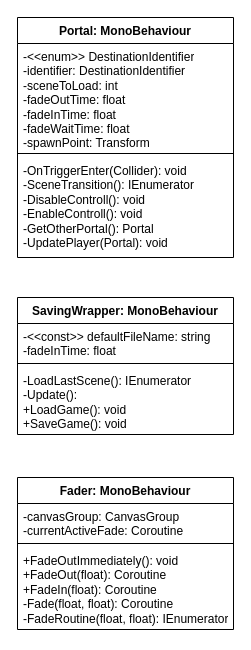
KTFox/FoxAdventure keeps this draw.io diagram as page "SceneManagement" (3 of 11) of GreenAcademyProject.drawio. Above is the earlier version. Source tidied: cells renumbered, new cells numbered last; positions are measured from the earlier drawing's top-left corner, leaving out a move shared by most shapes. Both pictures are drawn from the tidied source at 100%, with x=0, y=0 at pixel (17, 17).
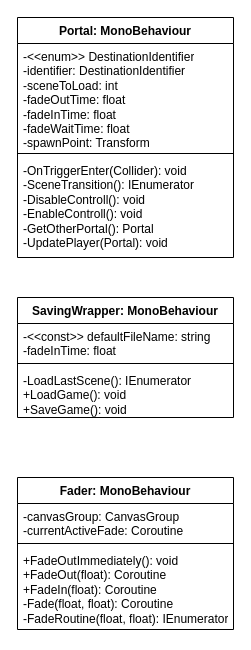
After the change.

Commit message (it also covers changes not shown here):
Remove save/load scene key input

Diff of the diagram source:
```diff
@@
 <mxGraphModel>
   <root>
     <mxCell id="0" />
     <mxCell id="1" parent="0" />
     <mxCell id="2" value="Fader: MonoBehaviour" style="swimlane;fontStyle=1;align=center;verticalAlign=top;horizontal=1;startSize=26;whiteSpace=wrap;html=1;" parent="1" vertex="1">
       <mxGeometry y="460" width="216" height="152" as="geometry" />
     </mxCell>
     <mxCell id="3" value="-canvasGroup: CanvasGroup&lt;br&gt;-currentActiveFade: Coroutine" style="text;strokeColor=none;fillColor=none;align=left;verticalAlign=top;spacingLeft=4;spacingRight=4;overflow=hidden;whiteSpace=wrap;html=1;" parent="2" vertex="1">
       <mxGeometry y="26" width="216" height="36" as="geometry" />
     </mxCell>
     <mxCell id="4" style="line;strokeWidth=1;fillColor=none;align=left;verticalAlign=middle;spacingTop=-1;spacingLeft=3;spacingRight=3;labelPosition=right;strokeColor=inherit;" parent="2" vertex="1">
       <mxGeometry y="62" width="216" height="8" as="geometry" />
     </mxCell>
     <mxCell id="5" value="+FadeOutImmediately(): void&lt;br&gt;+FadeOut(float): Coroutine&lt;br&gt;+FadeIn(float): Coroutine&lt;br&gt;-Fade(float, float): Coroutine&lt;br&gt;-FadeRoutine(float, float): IEnumerator" style="text;strokeColor=none;fillColor=none;align=left;verticalAlign=top;spacingLeft=4;spacingRight=4;overflow=hidden;whiteSpace=wrap;html=1;" parent="2" vertex="1">
       <mxGeometry y="70" width="216" height="82" as="geometry" />
     </mxCell>
     <mxCell id="6" value="Portal: MonoBehaviour" style="swimlane;fontStyle=1;align=center;verticalAlign=top;horizontal=1;startSize=26;whiteSpace=wrap;html=1;" parent="1" vertex="1">
       <mxGeometry width="216" height="240" as="geometry" />
     </mxCell>
     <mxCell id="7" value="-&amp;lt;&amp;lt;enum&amp;gt;&amp;gt; DestinationIdentifier&lt;br&gt;-identifier: DestinationIdentifier&lt;br&gt;-sceneToLoad: int&lt;br&gt;-fadeOutTime: float&lt;br&gt;-fadeInTime: float&lt;br&gt;-fadeWaitTime: float&lt;br&gt;-spawnPoint: Transform&lt;br&gt;" style="text;strokeColor=none;fillColor=none;align=left;verticalAlign=top;spacingLeft=4;spacingRight=4;overflow=hidden;whiteSpace=wrap;html=1;" parent="6" vertex="1">
       <mxGeometry y="26" width="216" height="106" as="geometry" />
     </mxCell>
     <mxCell id="8" style="line;strokeWidth=1;fillColor=none;align=left;verticalAlign=middle;spacingTop=-1;spacingLeft=3;spacingRight=3;labelPosition=right;strokeColor=inherit;" parent="6" vertex="1">
       <mxGeometry y="132" width="216" height="8" as="geometry" />
     </mxCell>
     <mxCell id="9" value="-OnTriggerEnter(Collider): void&lt;br&gt;-SceneTransition(): IEnumerator&lt;br&gt;-DisableControll(): void&lt;br&gt;-EnableControll(): void&lt;br&gt;-GetOtherPortal(): Portal&lt;br&gt;-UpdatePlayer(Portal): void" style="text;strokeColor=none;fillColor=none;align=left;verticalAlign=top;spacingLeft=4;spacingRight=4;overflow=hidden;whiteSpace=wrap;html=1;" parent="6" vertex="1">
       <mxGeometry y="140" width="216" height="100" as="geometry" />
     </mxCell>
     <mxCell id="10" value="SavingWrapper: MonoBehaviour" style="swimlane;fontStyle=1;align=center;verticalAlign=top;horizontal=1;startSize=26;whiteSpace=wrap;html=1;" parent="1" vertex="1">
-      <mxGeometry y="280" width="216" height="137" as="geometry" />
+      <mxGeometry y="280" width="216" height="120" as="geometry" />
     </mxCell>
     <mxCell id="11" value="-&amp;lt;&amp;lt;const&amp;gt;&amp;gt; defaultFileName: string&lt;br&gt;-fadeInTime: float" style="text;strokeColor=none;fillColor=none;align=left;verticalAlign=top;spacingLeft=4;spacingRight=4;overflow=hidden;whiteSpace=wrap;html=1;" parent="10" vertex="1">
       <mxGeometry y="26" width="216" height="36" as="geometry" />
     </mxCell>
     <mxCell id="12" style="line;strokeWidth=1;fillColor=none;align=left;verticalAlign=middle;spacingTop=-1;spacingLeft=3;spacingRight=3;labelPosition=right;strokeColor=inherit;" parent="10" vertex="1">
       <mxGeometry y="62" width="216" height="8" as="geometry" />
     </mxCell>
-    <mxCell id="13" value="-LoadLastScene(): IEnumerator&lt;br&gt;-Update():&lt;br&gt;+LoadGame(): void&lt;br&gt;+SaveGame(): void" style="text;strokeColor=none;fillColor=none;align=left;verticalAlign=top;spacingLeft=4;spacingRight=4;overflow=hidden;whiteSpace=wrap;html=1;" parent="10" vertex="1">
-      <mxGeometry y="70" width="216" height="67" as="geometry" />
+    <mxCell id="13" value="-LoadLastScene(): IEnumerator&lt;br&gt;+LoadGame(): void&lt;br&gt;+SaveGame(): void" style="text;strokeColor=none;fillColor=none;align=left;verticalAlign=top;spacingLeft=4;spacingRight=4;overflow=hidden;whiteSpace=wrap;html=1;" parent="10" vertex="1">
+      <mxGeometry y="70" width="216" height="50" as="geometry" />
     </mxCell>
   </root>
 </mxGraphModel>
```
